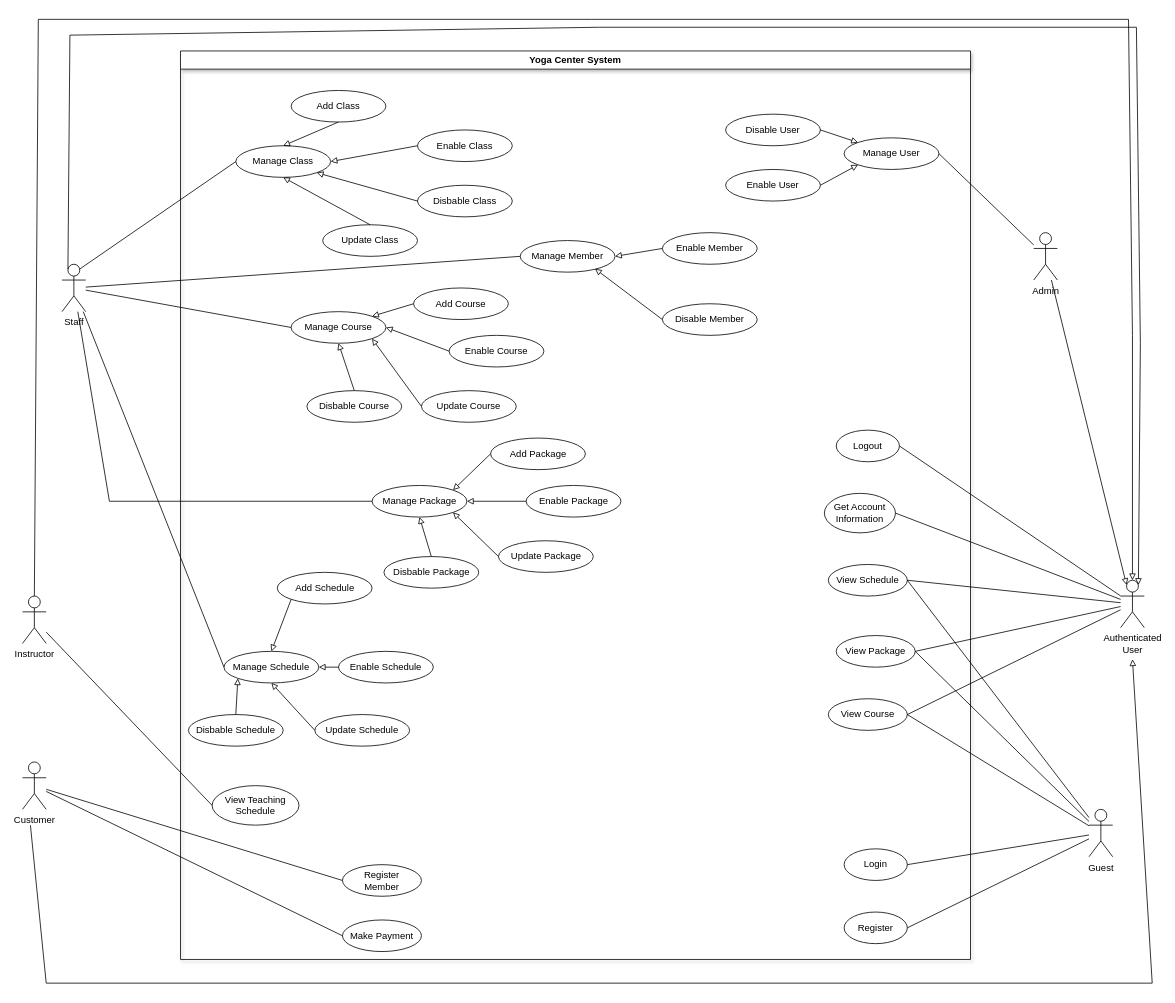
This is page "SWR1" (4 of 5) of Untitled Diagram.drawio from minhng-178/web-starter-projects, a draw.io file, before an edit. Source tidied: cells renumbered, new cells numbered last; positions are measured from the earlier drawing's top-left corner, leaving out a move shared by most shapes. Both pictures are drawn from the tidied source at 79%, with x=0, y=0 at pixel (22, 19).
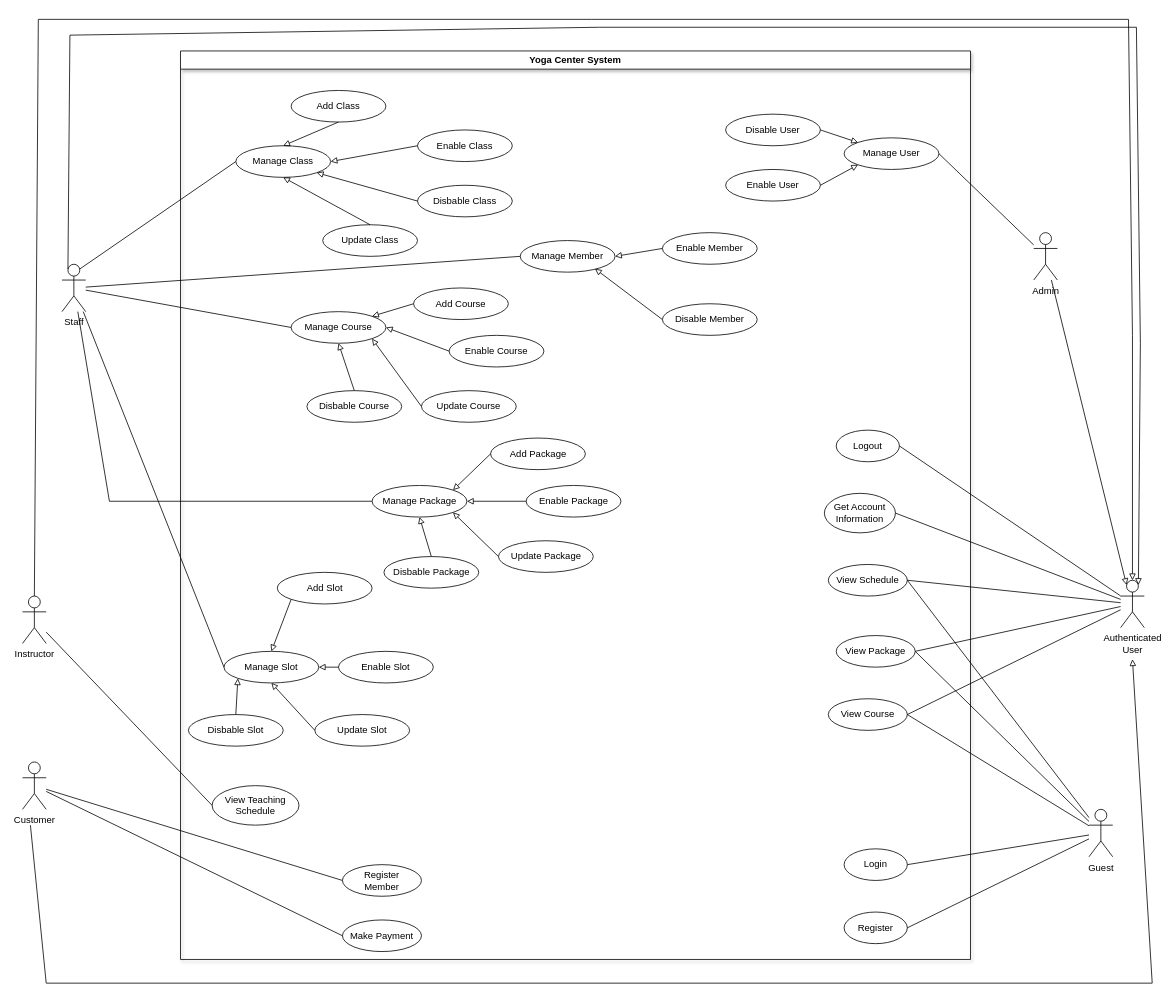
After the change.

Unchanged cells that the change refers to:
```xml
<mxCell id="2" value="Yoga Center System" style="swimlane;whiteSpace=wrap;html=1;shadow=1;fontStyle=1;" parent="1" vertex="1">
  <mxGeometry x="200" y="40" width="1000" height="1150" as="geometry" />
</mxCell>
```

Change to the diagram source:
```diff
@@
-    <mxCell id="34" value="Enable Schedule" style="ellipse;whiteSpace=wrap;html=1;" parent="2" vertex="1">
+    <mxCell id="34" value="Enable Slot" style="ellipse;whiteSpace=wrap;html=1;" parent="2" vertex="1">
       <mxGeometry x="200" y="760" width="120" height="40" as="geometry" />
     </mxCell>
@@
-    <mxCell id="36" value="Disbable Schedule" style="ellipse;whiteSpace=wrap;html=1;" parent="2" vertex="1">
+    <mxCell id="36" value="Disbable Slot" style="ellipse;whiteSpace=wrap;html=1;" parent="2" vertex="1">
       <mxGeometry x="10" y="840" width="120" height="40" as="geometry" />
     </mxCell>
-    <mxCell id="37" value="Update Schedule" style="ellipse;whiteSpace=wrap;html=1;" parent="2" vertex="1">
+    <mxCell id="37" value="Update Slot" style="ellipse;whiteSpace=wrap;html=1;" parent="2" vertex="1">
       <mxGeometry x="170" y="840" width="120" height="40" as="geometry" />
     </mxCell>
@@
-    <mxCell id="40" value="Manage Schedule" style="ellipse;whiteSpace=wrap;html=1;" parent="2" vertex="1">
+    <mxCell id="40" value="Manage Slot" style="ellipse;whiteSpace=wrap;html=1;" parent="2" vertex="1">
       <mxGeometry x="55" y="760" width="120" height="40" as="geometry" />
     </mxCell>
@@
-    <mxCell id="57" value="Add Schedule" style="ellipse;whiteSpace=wrap;html=1;" parent="2" vertex="1">
+    <mxCell id="57" value="Add Slot" style="ellipse;whiteSpace=wrap;html=1;" parent="2" vertex="1">
       <mxGeometry x="122.5" y="660" width="120" height="40" as="geometry" />
     </mxCell>
```
